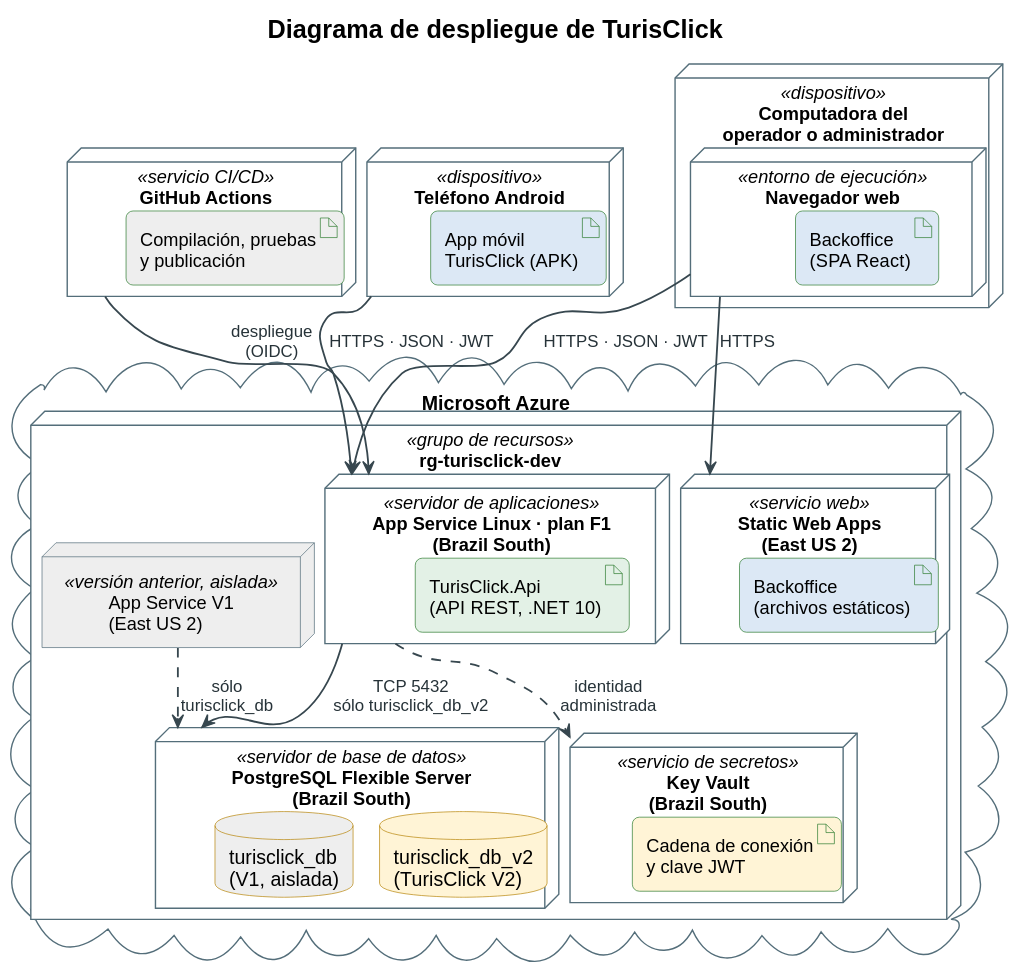
JuanPabloMessmer/TurisClickFinal keeps this PlantUML diagram as docs/diagrams/architecture/thesis/T05-despliegue.svg. Above is the earlier version.
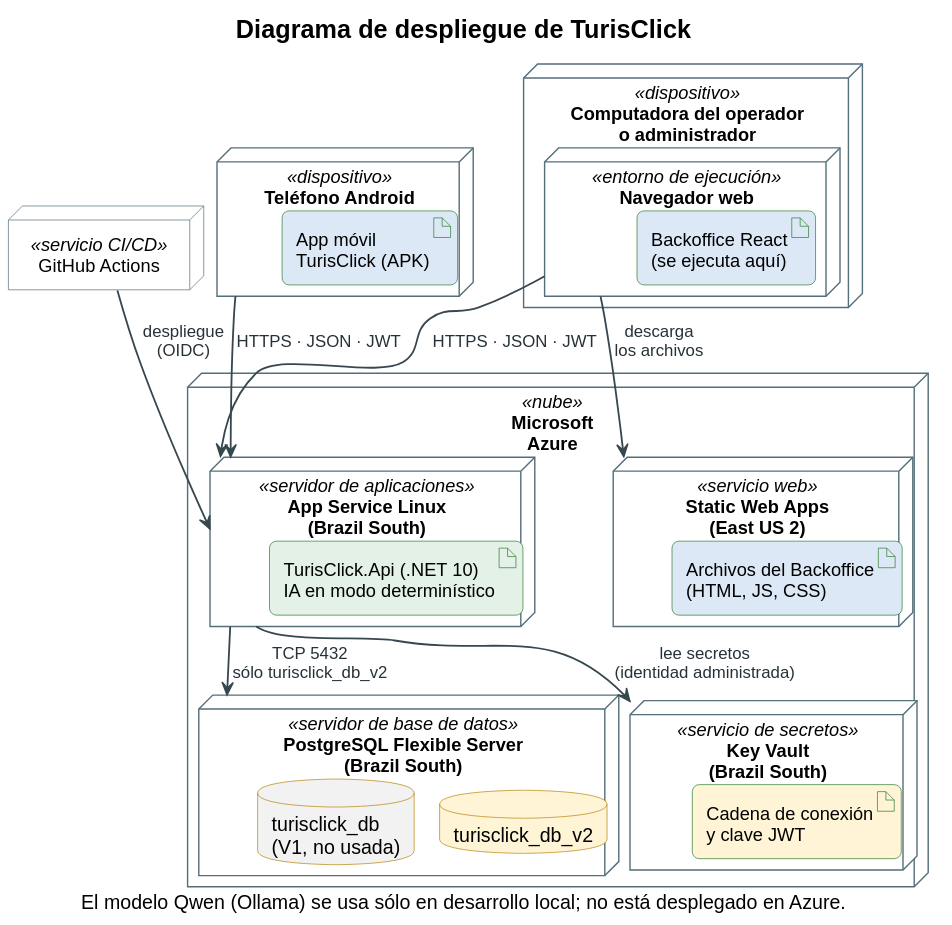
After the change.

Commit message:
docs(tesis): refina el diagrama de despliegue

What changed in the source:
```diff
@@ -1,8 +1,8 @@
 @startuml
 !pragma layout smetana
 !include _tema-tesis.iuml
-skinparam nodesep 35
-skinparam ranksep 50
+skinparam nodesep 50
+skinparam ranksep 60
 skinparam nodeBackgroundColor #FFFFFF
 skinparam artifactBackgroundColor #E3F1E6
 skinparam artifactBorderColor #2E7D32
@@ -11,42 +11,40 @@
 
 title Diagrama de despliegue de TurisClick
 
-node "GitHub Actions" <<servicio CI/CD>> as gha {
-  artifact "Compilación, pruebas\ny publicación" as pipeline #EEEEEE
-}
+node "GitHub Actions" <<servicio CI/CD>> as gha
 node "Teléfono Android" <<dispositivo>> as phone {
   artifact "App móvil\nTurisClick (APK)" as apk #DCE8F5
 }
-node "Computadora del\noperador o administrador" <<dispositivo>> as pc {
+node "Computadora del operador\no administrador" <<dispositivo>> as pc {
   node "Navegador web" <<entorno de ejecución>> as browser {
-    artifact "Backoffice\n(SPA React)" as spa #DCE8F5
+    artifact "Backoffice React\n(se ejecuta aquí)" as spa #DCE8F5
   }
 }
 
-cloud "Microsoft Azure" as azure {
-  node "rg-turisclick-dev" <<grupo de recursos>> as rg {
-    node "App Service Linux · plan F1\n(Brazil South)" <<servidor de aplicaciones>> as app {
-      artifact "TurisClick.Api\n(API REST, .NET 10)" as apiart
-    }
-    node "Static Web Apps\n(East US 2)" <<servicio web>> as swa {
-      artifact "Backoffice\n(archivos estáticos)" as spafiles #DCE8F5
-    }
-    node "Key Vault\n(Brazil South)" <<servicio de secretos>> as kv {
-      artifact "Cadena de conexión\ny clave JWT" as secrets #FFF4D6
-    }
-    node "PostgreSQL Flexible Server\n(Brazil South)" <<servidor de base de datos>> as pg {
-      database "turisclick_db_v2\n(TurisClick V2)" as db2
-      database "turisclick_db\n(V1, aislada)" as db1 #EEEEEE
-    }
-    node "App Service V1\n(East US 2)" <<versión anterior, aislada>> as v1 #EEEEEE
+
+node "Microsoft\nAzure" <<nube>> as azure {
+  node "App Service Linux\n(Brazil South)" <<servidor de aplicaciones>> as app {
+    artifact "TurisClick.Api (.NET 10)\nIA en modo determinístico" as apiart
+  }
+  node "Static Web Apps\n(East US 2)" <<servicio web>> as swa {
+    artifact "Archivos del Backoffice\n(HTML, JS, CSS)" as spafiles #DCE8F5
+  }
+  node "PostgreSQL Flexible Server\n(Brazil South)" <<servidor de base de datos>> as pg {
+    database "turisclick_db_v2" as db2
+    database "turisclick_db\n(V1, no usada)" as db1 #F2F2F2
+  }
+  node "Key Vault\n(Brazil South)" <<servicio de secretos>> as kv {
+    artifact "Cadena de conexión\ny clave JWT" as secrets #FFF4D6
   }
 }
 
+
 phone --> app : HTTPS · JSON · JWT
 browser --> app : HTTPS · JSON · JWT
-browser --> swa : HTTPS
+browser --> swa : descarga\nlos archivos
 app --> pg : TCP 5432\nsólo turisclick_db_v2
-app ..> kv : identidad\nadministrada
+app --> kv : lee secretos\n(identidad administrada)
 gha --> app : despliegue\n(OIDC)
-v1 ..> pg : sólo\nturisclick_db
+
+caption El modelo Qwen (Ollama) se usa sólo en desarrollo local; no está desplegado en Azure.
 @enduml
```
